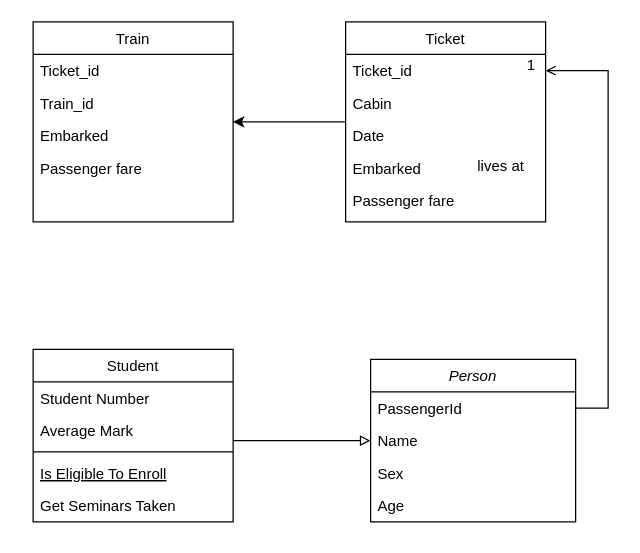
Earlier version of the draw.io diagram Диаграмма без названия.drawio (Emili02/titanic). Source tidied: cells renumbered, new cells numbered last; positions are measured from the earlier drawing's top-left corner, leaving out a move shared by most shapes. Both pictures are drawn from the tidied source at 125%, with x=0, y=0 at pixel (32, 21).
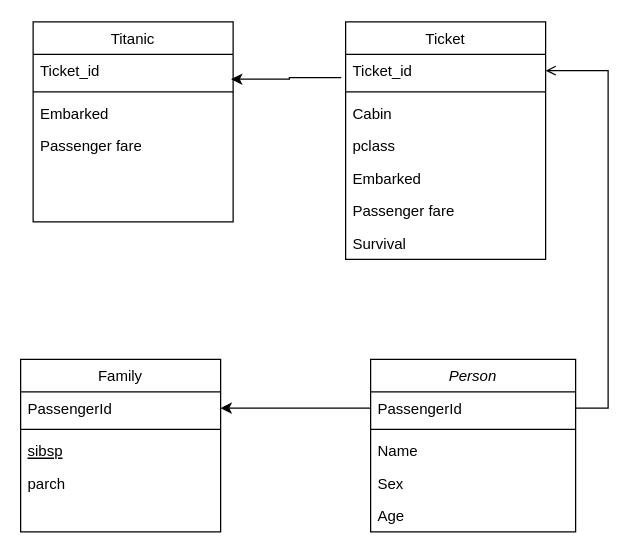
Above is the later version.

Unchanged cells that the change refers to:
```xml
<mxCell id="3" value="PassengerId" style="text;align=left;verticalAlign=top;spacingLeft=4;spacingRight=4;overflow=hidden;points=[[0,0.5],[1,0.5]];portConstraint=eastwest;rounded=0;shadow=0;html=0;" parent="2" vertex="1">
  <mxGeometry y="26" width="164" height="26" as="geometry" />
</mxCell>
<mxCell id="16" value="Ticket_id" style="text;align=left;verticalAlign=top;spacingLeft=4;spacingRight=4;overflow=hidden;points=[[0,0.5],[1,0.5]];portConstraint=eastwest;" parent="15" vertex="1">
  <mxGeometry y="26" width="160" height="26" as="geometry" />
</mxCell>
<mxCell id="21" style="endArrow=open;shadow=0;strokeWidth=1;rounded=0;curved=0;endFill=1;edgeStyle=elbowEdgeStyle;elbow=vertical;exitX=1;exitY=0.5;exitDx=0;exitDy=0;entryX=1;entryY=0.5;entryDx=0;entryDy=0;" parent="1" edge="1" source="3" target="16">
  <mxGeometry x="0.5" y="41" relative="1" as="geometry">
    <Array as="points">
      <mxPoint x="460" y="240" />
    </Array>
    <mxPoint x="-40" y="32" as="offset" />
  </mxGeometry>
</mxCell>
<mxCell id="25" value="Ticket_id" style="text;align=left;verticalAlign=top;spacingLeft=4;spacingRight=4;overflow=hidden;points=[[0,0.5],[1,0.5]];portConstraint=eastwest;" parent="24" vertex="1">
  <mxGeometry y="26" width="160" height="26" as="geometry" />
</mxCell>
```

What changed in the source:
```diff
@@
     <mxCell id="2" value="Person" style="swimlane;fontStyle=2;align=center;verticalAlign=top;horizontal=1;startSize=26;rounded=0;shadow=0;strokeWidth=1;" parent="1" vertex="1">
-      <mxGeometry x="270" y="270" width="164" height="130" as="geometry" />
+      <mxGeometry x="270" y="270" width="164" height="138" as="geometry" />
     </mxCell>
@@
+    <mxCell id="29" style="line;strokeWidth=1;fillColor=none;align=left;verticalAlign=middle;spacingTop=-1;spacingLeft=3;spacingRight=3;labelPosition=right;strokeColor=inherit;" parent="2" vertex="1">
+      <mxGeometry y="52" width="164" height="8" as="geometry" />
+    </mxCell>
     <mxCell id="4" value="Name" style="text;align=left;verticalAlign=top;spacingLeft=4;spacingRight=4;overflow=hidden;" parent="2" vertex="1">
-      <mxGeometry y="52" width="164" height="26" as="geometry" />
+      <mxGeometry y="60" width="164" height="26" as="geometry" />
     </mxCell>
     <mxCell id="5" value="Sex" style="text;align=left;verticalAlign=top;spacingLeft=4;spacingRight=4;overflow=hidden;rounded=0;shadow=0;html=0;" parent="2" vertex="1">
-      <mxGeometry y="78" width="164" height="26" as="geometry" />
+      <mxGeometry y="86" width="164" height="26" as="geometry" />
     </mxCell>
     <mxCell id="6" value="Age" style="text;align=left;verticalAlign=top;spacingLeft=4;spacingRight=4;overflow=hidden;rounded=0;shadow=0;html=0;" parent="2" vertex="1">
-      <mxGeometry y="104" width="164" height="26" as="geometry" />
+      <mxGeometry y="112" width="164" height="26" as="geometry" />
     </mxCell>
-    <mxCell id="7" value="Student" style="swimlane;fontStyle=0;align=center;verticalAlign=top;horizontal=1;startSize=26;rounded=0;shadow=0;strokeWidth=1;" parent="1" vertex="1">
-      <mxGeometry y="262" width="160" height="138" as="geometry" />
+    <mxCell id="7" value="Family" style="swimlane;fontStyle=0;align=center;verticalAlign=top;horizontal=1;startSize=26;rounded=0;shadow=0;strokeWidth=1;" parent="1" vertex="1">
+      <mxGeometry x="-10" y="270" width="160" height="138" as="geometry" />
     </mxCell>
-    <mxCell id="8" value="Student Number" style="text;align=left;verticalAlign=top;spacingLeft=4;spacingRight=4;overflow=hidden;" parent="7" vertex="1">
-      <mxGeometry y="26" width="160" height="26" as="geometry" />
-    </mxCell>
-    <mxCell id="9" value="Average Mark" style="text;align=left;verticalAlign=top;spacingLeft=4;spacingRight=4;overflow=hidden;rounded=0;shadow=0;html=0;" parent="7" vertex="1">
-      <mxGeometry y="52" width="160" height="26" as="geometry" />
+    <mxCell id="9" value="PassengerId" style="text;align=left;verticalAlign=top;spacingLeft=4;spacingRight=4;overflow=hidden;rounded=0;shadow=0;html=0;" parent="7" vertex="1">
+      <mxGeometry y="26" width="160" height="26" as="geometry" />
     </mxCell>
     <mxCell id="10" style="line;html=1;strokeWidth=1;align=left;verticalAlign=middle;spacingTop=-1;spacingLeft=3;spacingRight=3;labelPosition=right;" parent="7" vertex="1">
-      <mxGeometry y="78" width="160" height="8" as="geometry" />
+      <mxGeometry y="52" width="160" height="8" as="geometry" />
     </mxCell>
-    <mxCell id="11" value="Is Eligible To Enroll" style="text;align=left;verticalAlign=top;spacingLeft=4;spacingRight=4;overflow=hidden;fontStyle=4;" parent="7" vertex="1">
-      <mxGeometry y="86" width="160" height="26" as="geometry" />
+    <mxCell id="11" value="sibsp" style="text;align=left;verticalAlign=top;spacingLeft=4;spacingRight=4;overflow=hidden;fontStyle=4;" parent="7" vertex="1">
+      <mxGeometry y="60" width="160" height="26" as="geometry" />
     </mxCell>
-    <mxCell id="12" value="Get Seminars Taken" style="text;align=left;verticalAlign=top;spacingLeft=4;spacingRight=4;overflow=hidden;" parent="7" vertex="1">
-      <mxGeometry y="112" width="160" height="26" as="geometry" />
+    <mxCell id="12" value="parch" style="text;align=left;verticalAlign=top;spacingLeft=4;spacingRight=4;overflow=hidden;" parent="7" vertex="1">
+      <mxGeometry y="86" width="160" height="26" as="geometry" />
     </mxCell>
-    <mxCell id="13" style="endArrow=block;endFill=0;shadow=0;strokeWidth=1;rounded=0;curved=0;edgeStyle=elbowEdgeStyle;elbow=vertical;" parent="1" edge="1" source="7">
-      <mxGeometry relative="1" as="geometry">
-        <mxPoint x="270" y="335" as="targetPoint" />
-      </mxGeometry>
-    </mxCell>
-    <mxCell id="14" style="edgeStyle=orthogonalEdgeStyle;rounded=0;jettySize=auto;html=1;" parent="1" edge="1" source="15" target="24">
-      <mxGeometry relative="1" as="geometry" />
-    </mxCell>
     <mxCell id="15" value="Ticket" style="swimlane;fontStyle=0;align=center;verticalAlign=top;horizontal=1;startSize=26;rounded=0;shadow=0;strokeWidth=1;" parent="1" vertex="1">
-      <mxGeometry x="250" width="160" height="160" as="geometry" />
+      <mxGeometry x="250" width="160" height="190" as="geometry" />
     </mxCell>
@@
+    <mxCell id="30" style="line;strokeWidth=1;fillColor=none;align=left;verticalAlign=middle;spacingTop=-1;spacingLeft=3;spacingRight=3;labelPosition=right;strokeColor=inherit;" parent="15" vertex="1">
+      <mxGeometry y="52" width="160" height="8" as="geometry" />
+    </mxCell>
     <mxCell id="17" value="Cabin" style="text;align=left;verticalAlign=top;spacingLeft=4;spacingRight=4;overflow=hidden;rounded=0;shadow=0;html=0;" parent="15" vertex="1">
-      <mxGeometry y="52" width="160" height="26" as="geometry" />
+      <mxGeometry y="60" width="160" height="26" as="geometry" />
     </mxCell>
-    <mxCell id="18" value="Date" style="text;align=left;verticalAlign=top;spacingLeft=4;spacingRight=4;overflow=hidden;rounded=0;shadow=0;html=0;" parent="15" vertex="1">
-      <mxGeometry y="78" width="160" height="26" as="geometry" />
+    <mxCell id="18" value="pclass" style="text;align=left;verticalAlign=top;spacingLeft=4;spacingRight=4;overflow=hidden;rounded=0;shadow=0;html=0;" parent="15" vertex="1">
+      <mxGeometry y="86" width="160" height="26" as="geometry" />
     </mxCell>
     <mxCell id="19" value="Embarked" style="text;align=left;verticalAlign=top;spacingLeft=4;spacingRight=4;overflow=hidden;rounded=0;shadow=0;html=0;" parent="15" vertex="1">
-      <mxGeometry y="104" width="160" height="26" as="geometry" />
+      <mxGeometry y="112" width="160" height="26" as="geometry" />
     </mxCell>
     <mxCell id="20" value="Passenger fare" style="text;align=left;verticalAlign=top;spacingLeft=4;spacingRight=4;overflow=hidden;rounded=0;shadow=0;html=0;" parent="15" vertex="1">
-      <mxGeometry y="130" width="160" height="26" as="geometry" />
+      <mxGeometry y="138" width="160" height="26" as="geometry" />
     </mxCell>
+    <mxCell id="31" value="Survival" style="text;align=left;verticalAlign=top;spacingLeft=4;spacingRight=4;overflow=hidden;rounded=0;shadow=0;html=0;" parent="15" vertex="1">
+      <mxGeometry y="164" width="160" height="26" as="geometry" />
+    </mxCell>
@@
-    <mxCell id="22" value="1" style="align=right;verticalAlign=bottom;labelBackgroundColor=none;fontSize=12;" parent="21" vertex="1">
-      <mxGeometry x="1" relative="1" as="geometry">
-        <mxPoint x="-7" y="4" as="offset" />
-      </mxGeometry>
-    </mxCell>
-    <mxCell id="23" value="lives at" style="text;html=1;align=center;verticalAlign=middle;labelBackgroundColor=none;rounded=0;shadow=0;strokeWidth=1;fontSize=12;" parent="21" vertex="1">
-      <mxGeometry x="0.5" y="49" relative="1" as="geometry">
-        <mxPoint x="-38" y="40" as="offset" />
-      </mxGeometry>
-    </mxCell>
-    <mxCell id="24" value="Train" style="swimlane;fontStyle=0;align=center;verticalAlign=top;horizontal=1;startSize=26;rounded=0;shadow=0;strokeWidth=1;" parent="1" vertex="1">
+    <mxCell id="24" value="Titanic" style="swimlane;fontStyle=0;align=center;verticalAlign=top;horizontal=1;startSize=26;rounded=0;shadow=0;strokeWidth=1;" parent="1" vertex="1">
       <mxGeometry width="160" height="160" as="geometry" />
     </mxCell>
@@
-    <mxCell id="26" value="Train_id" style="text;align=left;verticalAlign=top;spacingLeft=4;spacingRight=4;overflow=hidden;rounded=0;shadow=0;html=0;" parent="24" vertex="1">
-      <mxGeometry y="52" width="160" height="26" as="geometry" />
-    </mxCell>
+    <mxCell id="32" style="line;strokeWidth=1;fillColor=none;align=left;verticalAlign=middle;spacingTop=-1;spacingLeft=3;spacingRight=3;labelPosition=right;strokeColor=inherit;" parent="24" vertex="1">
+      <mxGeometry y="52" width="160" height="8" as="geometry" />
+    </mxCell>
     <mxCell id="27" value="Embarked" style="text;align=left;verticalAlign=top;spacingLeft=4;spacingRight=4;overflow=hidden;rounded=0;shadow=0;html=0;" parent="24" vertex="1">
-      <mxGeometry y="78" width="160" height="26" as="geometry" />
+      <mxGeometry y="60" width="160" height="26" as="geometry" />
     </mxCell>
     <mxCell id="28" value="Passenger fare" style="text;align=left;verticalAlign=top;spacingLeft=4;spacingRight=4;overflow=hidden;rounded=0;shadow=0;html=0;" parent="24" vertex="1">
-      <mxGeometry y="104" width="160" height="26" as="geometry" />
+      <mxGeometry y="86" width="160" height="26" as="geometry" />
     </mxCell>
+    <mxCell id="33" style="edgeStyle=orthogonalEdgeStyle;rounded=0;jettySize=auto;html=1;" parent="1" edge="1" source="3">
+      <mxGeometry relative="1" as="geometry">
+        <mxPoint x="150" y="309" as="targetPoint" />
+      </mxGeometry>
+    </mxCell>
+    <mxCell id="34" style="edgeStyle=orthogonalEdgeStyle;rounded=0;jettySize=auto;html=1;exitX=-0.022;exitY=0.716;exitDx=0;exitDy=0;exitPerimeter=0;entryX=0.99;entryY=0.763;entryDx=0;entryDy=0;entryPerimeter=0;" parent="1" edge="1" source="16" target="25">
+      <mxGeometry relative="1" as="geometry" />
+    </mxCell>
```
